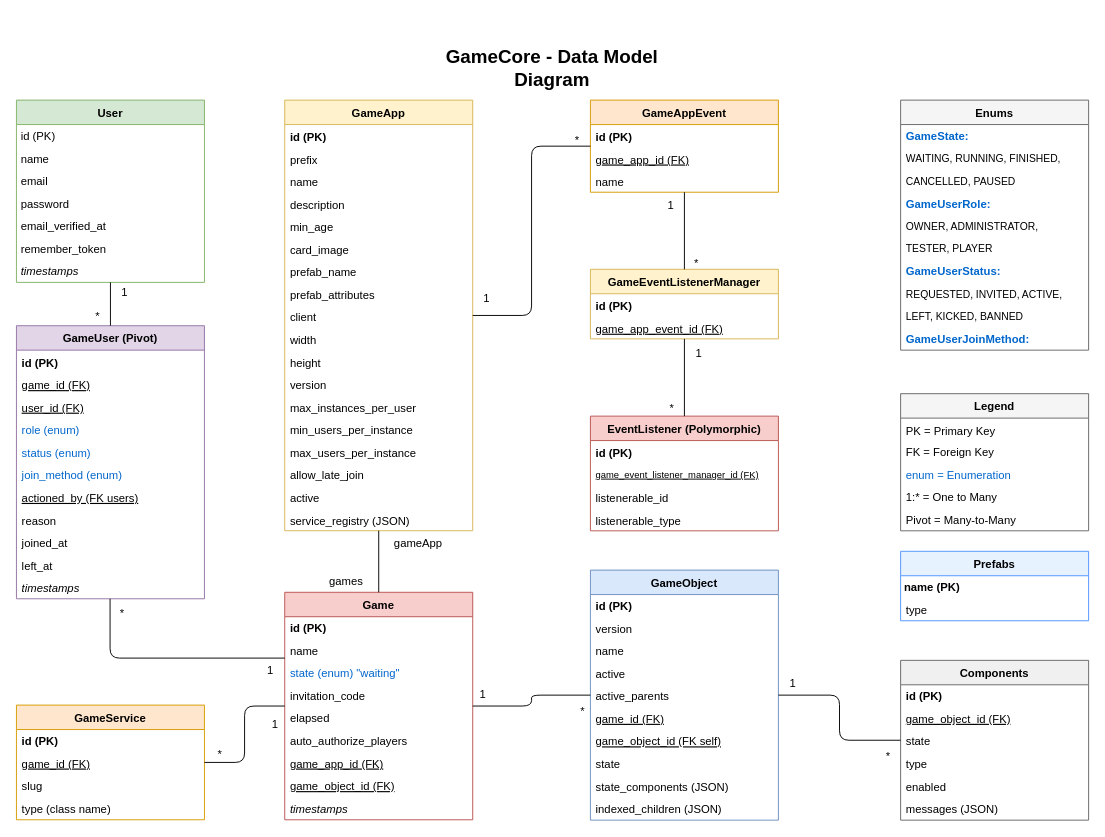
Above: docs/diagram.drawio in eormeno/GameCore (draw.io), before the change. Source tidied: cells renumbered, new cells numbered last; positions are measured from the earlier drawing's top-left corner, leaving out a move shared by most shapes. Both pictures are drawn from the tidied source at 94%, with x=0, y=0 at pixel (16, 53).
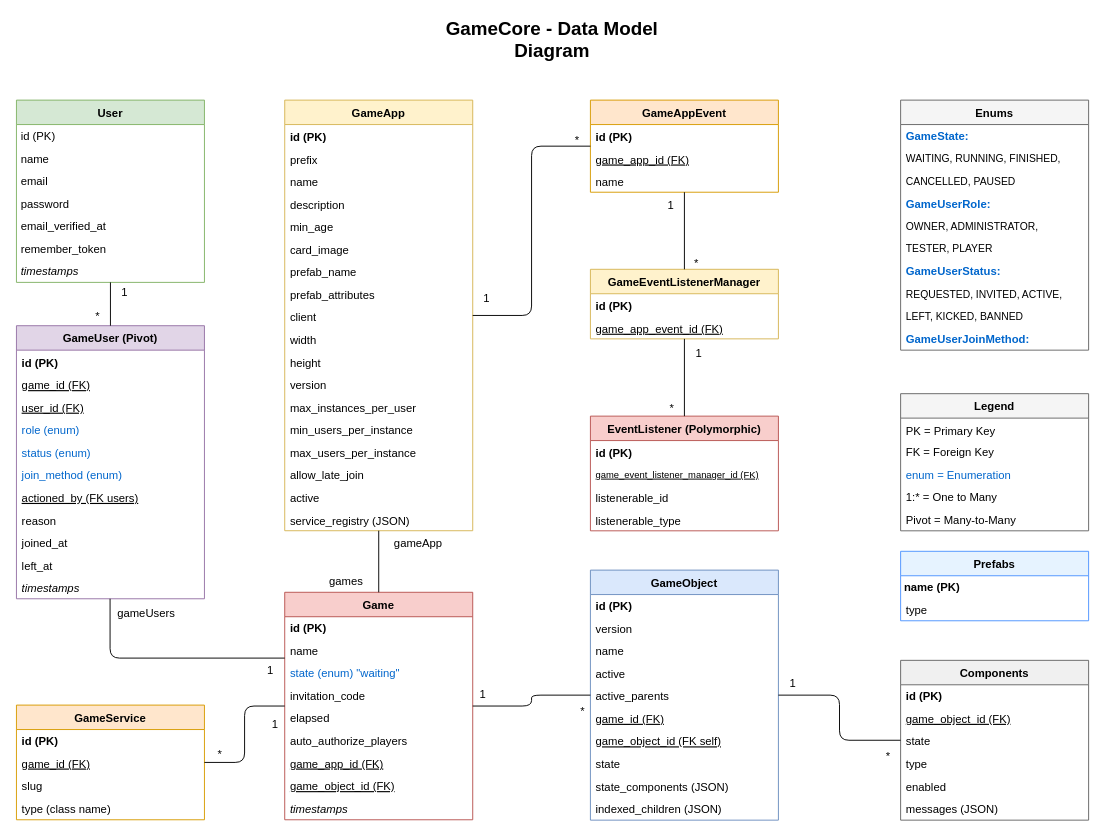
The same page after the edit.

Unchanged cells that the change refers to:
```xml
<mxCell id="112" style="endArrow=none;html=1;edgeStyle=orthogonalEdgeStyle;" parent="1" edge="1" source="29" target="39">
  <mxGeometry relative="1" as="geometry">
    <Array as="points">
      <mxPoint x="99.6" y="643.6" />
    </Array>
  </mxGeometry>
</mxCell>
```

Diff of the diagram source:
```diff
@@
-    <mxCell id="114" value="*" style="html=1;whiteSpace=wrap;align=right;verticalAlign=bottom;" parent="112" vertex="1">
+    <mxCell id="114" value="gameUsers" style="html=1;whiteSpace=wrap;align=right;verticalAlign=bottom;" parent="112" vertex="1">
       <mxGeometry x="1" relative="1" as="geometry">
-        <mxPoint x="16" y="24" as="offset" />
+        <mxPoint x="70" y="24" as="offset" />
       </mxGeometry>
     </mxCell>
@@
     <mxCell id="118" value="GameCore - Data Model Diagram" style="text;html=1;strokeColor=none;fillColor=none;align=center;verticalAlign=middle;whiteSpace=wrap;rounded=0;fontSize=20;fontStyle=1;" parent="1" vertex="1">
-      <mxGeometry x="420" width="300" height="30" as="geometry" />
+      <mxGeometry x="420" y="-30" width="300" height="30" as="geometry" />
     </mxCell>
```
